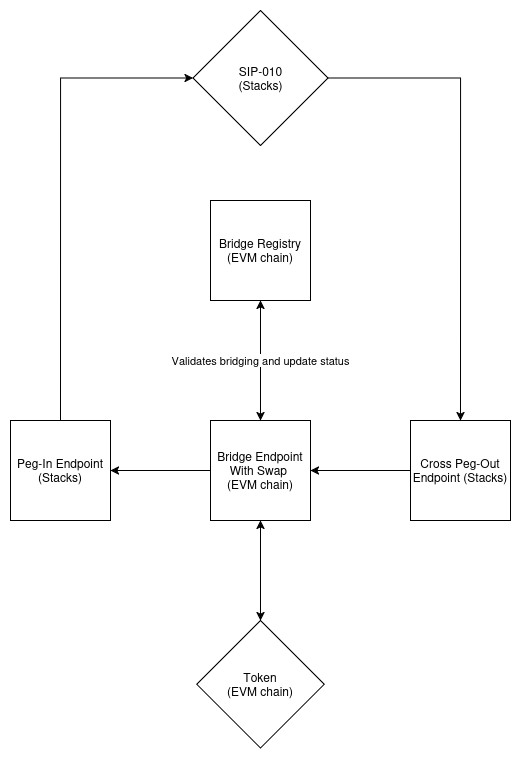
This is .gitbook/assets/glue-docs/bridge-endpoint.png from xlink-network/xlink-docs, a draw.io export, as it was before one commit. Source tidied: cells renumbered, new cells last; positions are measured from the earlier drawing's top-left corner, leaving out a move shared by most shapes. Source of this version:
```xml
<mxGraphModel>
  <root>
    <mxCell id="0" />
    <mxCell id="1" parent="0" />
    <mxCell id="2" value="&lt;div&gt;Bridge Endpoint With Swap&amp;nbsp;&lt;/div&gt;&lt;div&gt;(EVM chain)&lt;/div&gt;" style="whiteSpace=wrap;html=1;" parent="1" vertex="1">
      <mxGeometry x="200" y="410" width="100" height="100" as="geometry" />
    </mxCell>
    <mxCell id="3" value="&lt;div&gt;Token&lt;/div&gt;&lt;div&gt;(EVM chain)&lt;/div&gt;" style="rhombus;whiteSpace=wrap;html=1;" parent="1" vertex="1">
      <mxGeometry x="186.2" y="610" width="127.5" height="127.5" as="geometry" />
    </mxCell>
    <mxCell id="4" style="edgeStyle=orthogonalEdgeStyle;rounded=0;jettySize=auto;html=1;exitX=1;exitY=0.5;exitDx=0;exitDy=0;entryX=0.5;entryY=0;entryDx=0;entryDy=0;" parent="1" edge="1" source="5" target="7">
      <mxGeometry relative="1" as="geometry" />
    </mxCell>
    <mxCell id="5" value="&lt;div&gt;SIP-010&lt;/div&gt;&lt;div&gt;(Stacks)&lt;/div&gt;" style="rhombus;whiteSpace=wrap;html=1;" parent="1" vertex="1">
      <mxGeometry x="182.5" width="135" height="135" as="geometry" />
    </mxCell>
    <mxCell id="6" value="Bridge Registry (EVM chain)" style="whiteSpace=wrap;html=1;" parent="1" vertex="1">
      <mxGeometry x="200" y="190" width="100" height="100" as="geometry" />
    </mxCell>
    <mxCell id="7" value="Cross Peg-Out Endpoint (Stacks)" style="whiteSpace=wrap;html=1;" parent="1" vertex="1">
      <mxGeometry x="400" y="410" width="100" height="100" as="geometry" />
    </mxCell>
    <mxCell id="8" style="edgeStyle=orthogonalEdgeStyle;rounded=0;jettySize=auto;html=1;exitX=0.5;exitY=0;exitDx=0;exitDy=0;entryX=0;entryY=0.5;entryDx=0;entryDy=0;" parent="1" edge="1" source="9" target="5">
      <mxGeometry relative="1" as="geometry" />
    </mxCell>
    <mxCell id="9" value="Peg-In Endpoint (Stacks)" style="whiteSpace=wrap;html=1;" parent="1" vertex="1">
      <mxGeometry y="410" width="100" height="100" as="geometry" />
    </mxCell>
    <mxCell id="10" style="endArrow=classic;startArrow=classic;html=1;rounded=0;entryX=0.5;entryY=0;entryDx=0;entryDy=0;exitX=0.5;exitY=1;exitDx=0;exitDy=0;" parent="1" edge="1" source="2" target="3">
      <mxGeometry relative="1" as="geometry" />
    </mxCell>
    <mxCell id="11" style="endArrow=classic;html=1;rounded=0;exitX=0;exitY=0.5;exitDx=0;exitDy=0;entryX=1;entryY=0.5;entryDx=0;entryDy=0;" parent="1" edge="1" source="7" target="2">
      <mxGeometry relative="1" as="geometry" />
    </mxCell>
    <mxCell id="12" value="Validates bridging and update status" style="endArrow=classic;startArrow=classic;html=1;rounded=0;exitX=0.5;exitY=1;exitDx=0;exitDy=0;entryX=0.5;entryY=0;entryDx=0;entryDy=0;" parent="1" edge="1" source="6" target="2">
      <mxGeometry relative="1" as="geometry" />
    </mxCell>
    <mxCell id="13" style="endArrow=classic;html=1;rounded=0;exitX=0;exitY=0.5;exitDx=0;exitDy=0;entryX=1;entryY=0.5;entryDx=0;entryDy=0;" parent="1" edge="1" source="2" target="9">
      <mxGeometry relative="1" as="geometry" />
    </mxCell>
  </root>
</mxGraphModel>
```
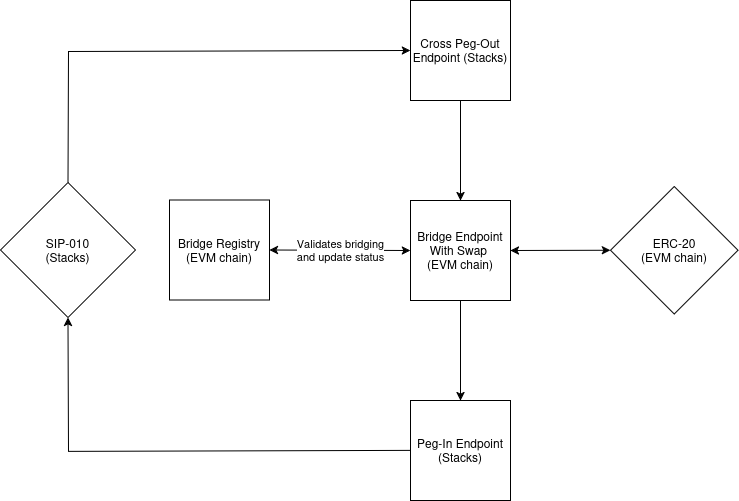
After the change.

Change to the diagram source:
```diff
@@ -2,41 +2,49 @@
   <root>
     <mxCell id="0" />
     <mxCell id="1" parent="0" />
-    <mxCell id="2" value="&lt;div&gt;Bridge Endpoint With Swap&amp;nbsp;&lt;/div&gt;&lt;div&gt;(EVM chain)&lt;/div&gt;" style="whiteSpace=wrap;html=1;" parent="1" vertex="1">
-      <mxGeometry x="200" y="410" width="100" height="100" as="geometry" />
+    <mxCell id="2" value="&lt;div&gt;Bridge Endpoint With Swap&amp;nbsp;&lt;/div&gt;&lt;div&gt;(EVM chain)&lt;/div&gt;" style="whiteSpace=wrap;html=1;rotation=0;" parent="1" vertex="1">
+      <mxGeometry x="291" y="319" width="100" height="100" as="geometry" />
     </mxCell>
-    <mxCell id="3" value="&lt;div&gt;Token&lt;/div&gt;&lt;div&gt;(EVM chain)&lt;/div&gt;" style="rhombus;whiteSpace=wrap;html=1;" parent="1" vertex="1">
-      <mxGeometry x="186.2" y="610" width="127.5" height="127.5" as="geometry" />
+    <mxCell id="3" value="&lt;div&gt;ERC-20&lt;/div&gt;&lt;div&gt;(EVM chain)&lt;/div&gt;" style="rhombus;whiteSpace=wrap;html=1;rotation=0;" parent="1" vertex="1">
+      <mxGeometry x="491" y="305" width="127.5" height="127.5" as="geometry" />
     </mxCell>
-    <mxCell id="4" style="edgeStyle=orthogonalEdgeStyle;rounded=0;jettySize=auto;html=1;exitX=1;exitY=0.5;exitDx=0;exitDy=0;entryX=0.5;entryY=0;entryDx=0;entryDy=0;" parent="1" edge="1" source="5" target="7">
-      <mxGeometry relative="1" as="geometry" />
-    </mxCell>
-    <mxCell id="5" value="&lt;div&gt;SIP-010&lt;/div&gt;&lt;div&gt;(Stacks)&lt;/div&gt;" style="rhombus;whiteSpace=wrap;html=1;" parent="1" vertex="1">
-      <mxGeometry x="182.5" width="135" height="135" as="geometry" />
+    <mxCell id="5" value="&lt;div&gt;SIP-010&lt;/div&gt;&lt;div&gt;(Stacks)&lt;/div&gt;" style="rhombus;whiteSpace=wrap;html=1;rotation=0;" parent="1" vertex="1">
+      <mxGeometry x="-119" y="301" width="135" height="135" as="geometry" />
     </mxCell>
-    <mxCell id="6" value="Bridge Registry (EVM chain)" style="whiteSpace=wrap;html=1;" parent="1" vertex="1">
-      <mxGeometry x="200" y="190" width="100" height="100" as="geometry" />
+    <mxCell id="6" value="Bridge Registry (EVM chain)" style="whiteSpace=wrap;html=1;rotation=0;" parent="1" vertex="1">
+      <mxGeometry x="50" y="318.5" width="100" height="100" as="geometry" />
     </mxCell>
-    <mxCell id="7" value="Cross Peg-Out Endpoint (Stacks)" style="whiteSpace=wrap;html=1;" parent="1" vertex="1">
-      <mxGeometry x="400" y="410" width="100" height="100" as="geometry" />
+    <mxCell id="7" value="Cross Peg-Out Endpoint (Stacks)" style="whiteSpace=wrap;html=1;rotation=0;" parent="1" vertex="1">
+      <mxGeometry x="291" y="119" width="100" height="100" as="geometry" />
     </mxCell>
-    <mxCell id="8" style="edgeStyle=orthogonalEdgeStyle;rounded=0;jettySize=auto;html=1;exitX=0.5;exitY=0;exitDx=0;exitDy=0;entryX=0;entryY=0.5;entryDx=0;entryDy=0;" parent="1" edge="1" source="9" target="5">
-      <mxGeometry relative="1" as="geometry" />
-    </mxCell>
-    <mxCell id="9" value="Peg-In Endpoint (Stacks)" style="whiteSpace=wrap;html=1;" parent="1" vertex="1">
-      <mxGeometry y="410" width="100" height="100" as="geometry" />
+    <mxCell id="9" value="Peg-In Endpoint (Stacks)" style="whiteSpace=wrap;html=1;rotation=0;" parent="1" vertex="1">
+      <mxGeometry x="291" y="519" width="100" height="100" as="geometry" />
     </mxCell>
-    <mxCell id="10" style="endArrow=classic;startArrow=classic;html=1;rounded=0;entryX=0.5;entryY=0;entryDx=0;entryDy=0;exitX=0.5;exitY=1;exitDx=0;exitDy=0;" parent="1" edge="1" source="2" target="3">
+    <mxCell id="10" style="endArrow=classic;startArrow=classic;html=1;rounded=0;entryX=0;entryY=0.5;entryDx=0;entryDy=0;exitX=1;exitY=0.5;exitDx=0;exitDy=0;" parent="1" edge="1" source="2" target="3">
       <mxGeometry relative="1" as="geometry" />
     </mxCell>
-    <mxCell id="11" style="endArrow=classic;html=1;rounded=0;exitX=0;exitY=0.5;exitDx=0;exitDy=0;entryX=1;entryY=0.5;entryDx=0;entryDy=0;" parent="1" edge="1" source="7" target="2">
+    <mxCell id="11" style="endArrow=classic;html=1;rounded=0;exitX=0.5;exitY=1;exitDx=0;exitDy=0;entryX=0.5;entryY=0;entryDx=0;entryDy=0;" parent="1" edge="1" source="7" target="2">
       <mxGeometry relative="1" as="geometry" />
     </mxCell>
-    <mxCell id="12" value="Validates bridging and update status" style="endArrow=classic;startArrow=classic;html=1;rounded=0;exitX=0.5;exitY=1;exitDx=0;exitDy=0;entryX=0.5;entryY=0;entryDx=0;entryDy=0;" parent="1" edge="1" source="6" target="2">
+    <mxCell id="12" value="&lt;div&gt;Validates bridging&lt;/div&gt;&lt;div&gt;and update status&lt;/div&gt;" style="endArrow=classic;startArrow=classic;html=1;rounded=0;exitX=1;exitY=0.5;exitDx=0;exitDy=0;entryX=0;entryY=0.5;entryDx=0;entryDy=0;" parent="1" edge="1" source="6" target="2">
       <mxGeometry relative="1" as="geometry" />
     </mxCell>
-    <mxCell id="13" style="endArrow=classic;html=1;rounded=0;exitX=0;exitY=0.5;exitDx=0;exitDy=0;entryX=1;entryY=0.5;entryDx=0;entryDy=0;" parent="1" edge="1" source="2" target="9">
+    <mxCell id="13" style="endArrow=classic;html=1;rounded=0;exitX=0.5;exitY=1;exitDx=0;exitDy=0;entryX=0.5;entryY=0;entryDx=0;entryDy=0;" parent="1" edge="1" source="2" target="9">
       <mxGeometry relative="1" as="geometry" />
     </mxCell>
+    <mxCell id="4" style="endArrow=classic;html=1;rounded=0;exitX=0.5;exitY=0;exitDx=0;exitDy=0;entryX=0;entryY=0.5;entryDx=0;entryDy=0;" parent="1" edge="1" source="5" target="7">
+      <mxGeometry relative="1" as="geometry">
+        <Array as="points">
+          <mxPoint x="-51" y="170" />
+        </Array>
+      </mxGeometry>
+    </mxCell>
+    <mxCell id="8" style="endArrow=classic;html=1;rounded=0;entryX=0.5;entryY=1;entryDx=0;entryDy=0;exitX=0;exitY=0.5;exitDx=0;exitDy=0;" parent="1" edge="1" source="9" target="5">
+      <mxGeometry relative="1" as="geometry">
+        <Array as="points">
+          <mxPoint x="-51" y="570" />
+        </Array>
+      </mxGeometry>
+    </mxCell>
   </root>
 </mxGraphModel>
```
